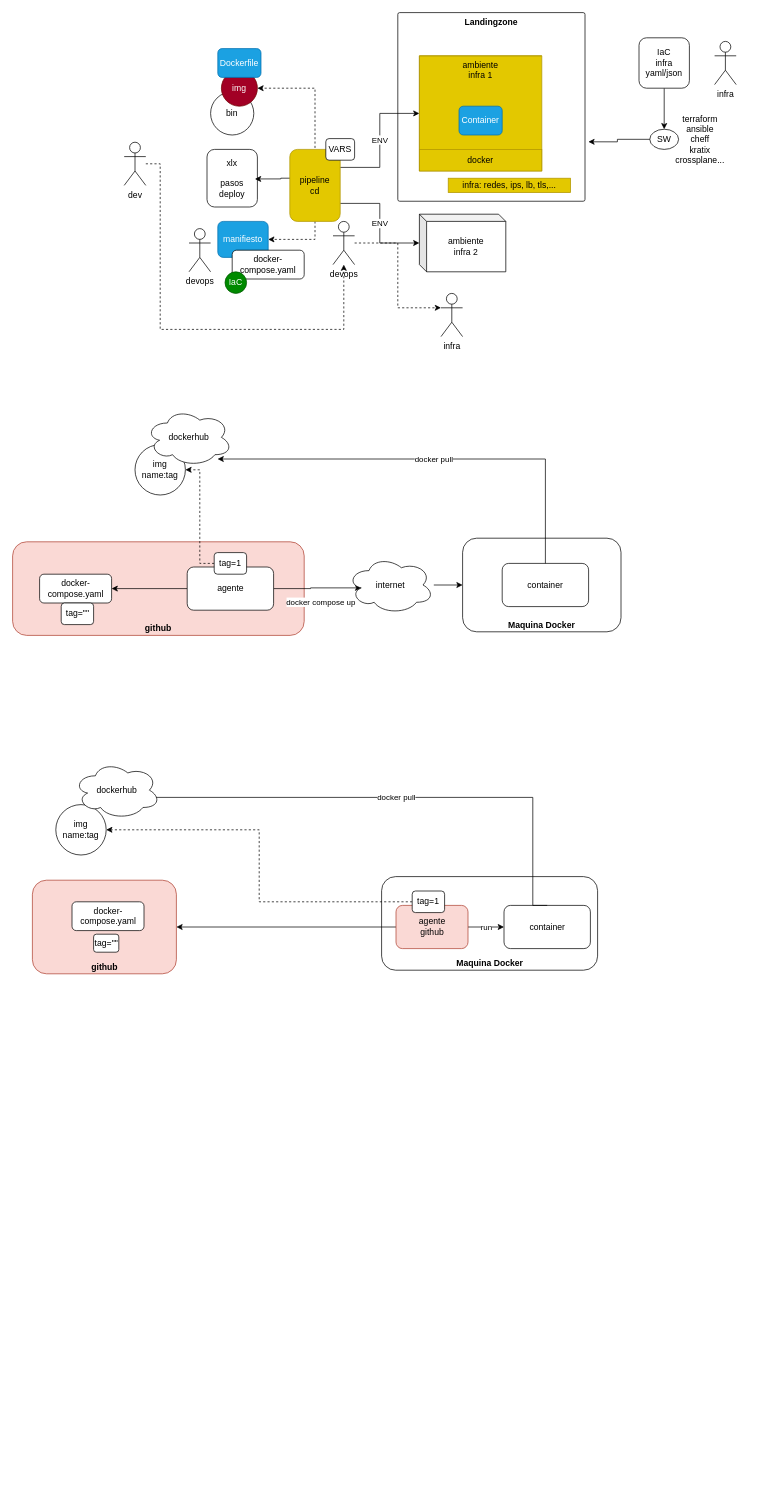
Above: page "Page-22" (22 of 22) of doc/agosto.drawio in gmacastil/ms-agosto-01 (draw.io), before the change. Source tidied: cells renumbered, new cells numbered last; positions are measured from the earlier drawing's top-left corner, leaving out a move shared by most shapes. Both pictures are drawn from the tidied source at 72%, with x=0, y=0 at pixel (12, 12).
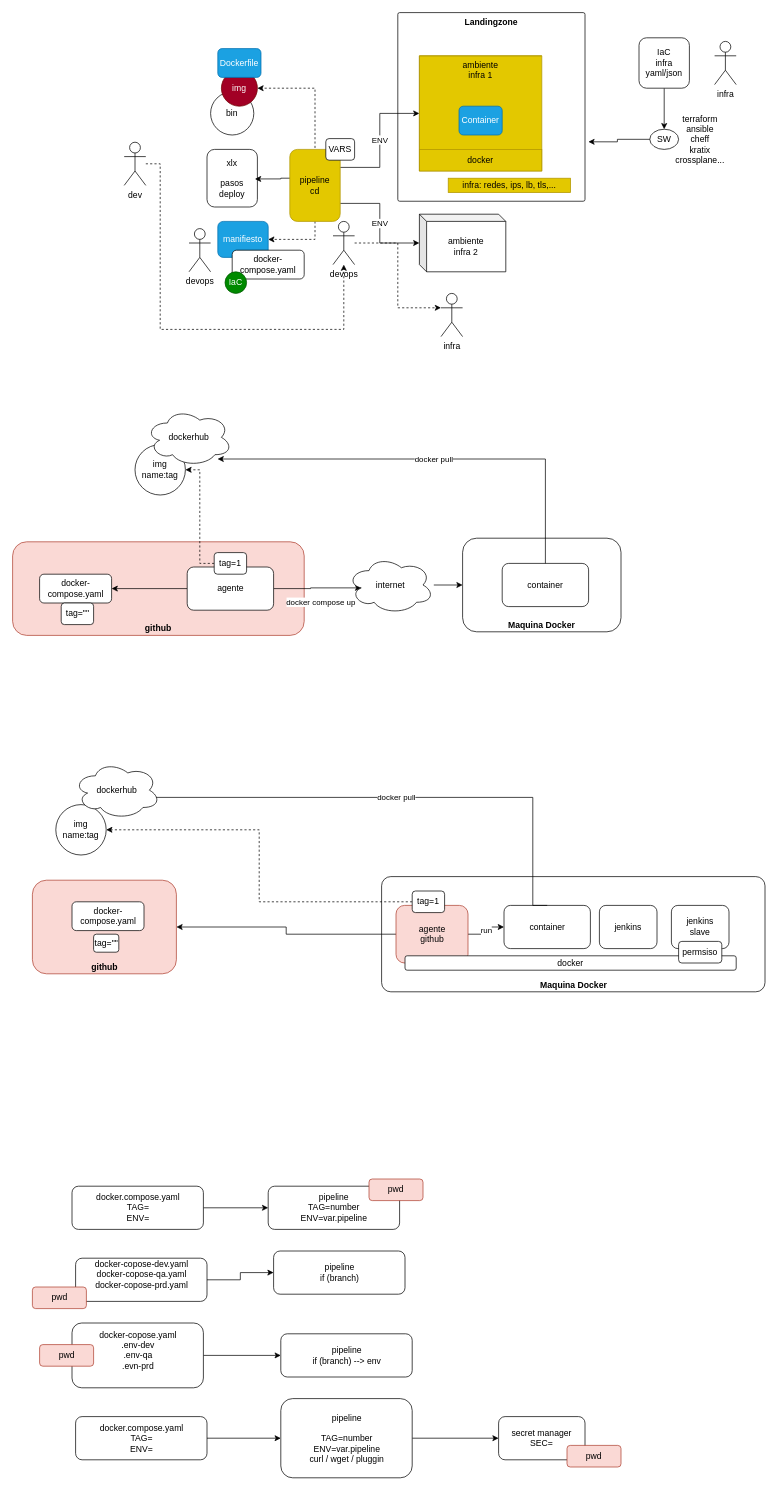
Above is the later version.

The edit, as a diff of the source:
```diff
@@
-    <mxCell id="51" value="Maquina Docker" style="rounded=1;whiteSpace=wrap;html=1;verticalAlign=bottom;fontStyle=1;" parent="1" vertex="1">
-      <mxGeometry x="512.5" y="1200" width="300" height="130" as="geometry" />
+    <mxCell id="51" value="Maquina Docker" style="rounded=1;whiteSpace=wrap;html=1;verticalAlign=bottom;fontStyle=1;arcSize=8;" parent="1" vertex="1">
+      <mxGeometry x="512.5" y="1200" width="532.5" height="160" as="geometry" />
     </mxCell>
@@
     <mxCell id="60" value="agente&lt;div&gt;github&lt;/div&gt;" style="rounded=1;whiteSpace=wrap;html=1;fillColor=#fad9d5;strokeColor=#ae4132;" parent="1" vertex="1">
-      <mxGeometry x="532.5" y="1240" width="100" height="60" as="geometry" />
+      <mxGeometry x="532.5" y="1240" width="100" height="80" as="geometry" />
     </mxCell>
@@
+    <mxCell id="63" style="edgeStyle=orthogonalEdgeStyle;rounded=0;jettySize=auto;html=1;" parent="1" edge="1" source="64" target="65">
+      <mxGeometry relative="1" as="geometry" />
+    </mxCell>
+    <mxCell id="64" value="docker.compose.yaml&lt;div&gt;TAG=&lt;/div&gt;&lt;div&gt;ENV=&lt;/div&gt;" style="rounded=1;whiteSpace=wrap;html=1;" parent="1" vertex="1">
+      <mxGeometry x="82.5" y="1630" width="182.5" height="60" as="geometry" />
+    </mxCell>
+    <mxCell id="65" value="pipeline&lt;div&gt;TAG=number&lt;/div&gt;&lt;div&gt;ENV=var.pipeline&lt;/div&gt;" style="rounded=1;whiteSpace=wrap;html=1;" parent="1" vertex="1">
+      <mxGeometry x="355" y="1630" width="182.5" height="60" as="geometry" />
+    </mxCell>
+    <mxCell id="66" value="pipeline&lt;div&gt;if (branch)&lt;/div&gt;" style="rounded=1;whiteSpace=wrap;html=1;" parent="1" vertex="1">
+      <mxGeometry x="362.5" y="1720" width="182.5" height="60" as="geometry" />
+    </mxCell>
+    <mxCell id="67" style="edgeStyle=orthogonalEdgeStyle;rounded=0;jettySize=auto;html=1;entryX=0;entryY=0.5;entryDx=0;entryDy=0;" parent="1" edge="1" source="68" target="66">
+      <mxGeometry relative="1" as="geometry" />
+    </mxCell>
+    <mxCell id="68" value="docker-copose-dev.yaml&lt;div&gt;docker-copose-qa.yaml&lt;/div&gt;&lt;div&gt;docker-copose-prd.yaml&lt;br&gt;&lt;div&gt;&lt;br&gt;&lt;/div&gt;&lt;/div&gt;" style="rounded=1;whiteSpace=wrap;html=1;" parent="1" vertex="1">
+      <mxGeometry x="87.5" y="1730" width="182.5" height="60" as="geometry" />
+    </mxCell>
+    <mxCell id="69" style="edgeStyle=orthogonalEdgeStyle;rounded=0;jettySize=auto;html=1;" parent="1" edge="1" source="70" target="71">
+      <mxGeometry relative="1" as="geometry" />
+    </mxCell>
+    <mxCell id="70" value="docker-copose.yaml&lt;div&gt;.env-dev&lt;/div&gt;&lt;div&gt;.env-qa&lt;/div&gt;&lt;div&gt;.evn-prd&lt;br&gt;&lt;div&gt;&lt;div&gt;&lt;br&gt;&lt;/div&gt;&lt;/div&gt;&lt;/div&gt;" style="rounded=1;whiteSpace=wrap;html=1;" parent="1" vertex="1">
+      <mxGeometry x="82.5" y="1820" width="182.5" height="90" as="geometry" />
+    </mxCell>
+    <mxCell id="71" value="pipeline&lt;div&gt;if (branch) --&amp;gt; env&lt;/div&gt;" style="rounded=1;whiteSpace=wrap;html=1;" parent="1" vertex="1">
+      <mxGeometry x="372.5" y="1835" width="182.5" height="60" as="geometry" />
+    </mxCell>
+    <mxCell id="72" value="pwd" style="rounded=1;whiteSpace=wrap;html=1;fillColor=#fad9d5;strokeColor=#ae4132;" parent="1" vertex="1">
+      <mxGeometry x="27.5" y="1770" width="75" height="30" as="geometry" />
+    </mxCell>
+    <mxCell id="73" value="pwd" style="rounded=1;whiteSpace=wrap;html=1;fillColor=#fad9d5;strokeColor=#ae4132;" parent="1" vertex="1">
+      <mxGeometry x="495" y="1620" width="75" height="30" as="geometry" />
+    </mxCell>
+    <mxCell id="74" value="pwd" style="rounded=1;whiteSpace=wrap;html=1;fillColor=#fad9d5;strokeColor=#ae4132;" parent="1" vertex="1">
+      <mxGeometry x="37.5" y="1850" width="75" height="30" as="geometry" />
+    </mxCell>
+    <mxCell id="75" style="edgeStyle=orthogonalEdgeStyle;rounded=0;jettySize=auto;html=1;" parent="1" edge="1" source="76" target="78">
+      <mxGeometry relative="1" as="geometry" />
+    </mxCell>
+    <mxCell id="76" value="docker.compose.yaml&lt;div&gt;TAG=&lt;/div&gt;&lt;div&gt;ENV=&lt;/div&gt;" style="rounded=1;whiteSpace=wrap;html=1;" parent="1" vertex="1">
+      <mxGeometry x="87.5" y="1950" width="182.5" height="60" as="geometry" />
+    </mxCell>
+    <mxCell id="77" style="edgeStyle=orthogonalEdgeStyle;rounded=0;jettySize=auto;html=1;entryX=0;entryY=0.5;entryDx=0;entryDy=0;" parent="1" edge="1" source="78" target="79">
+      <mxGeometry relative="1" as="geometry" />
+    </mxCell>
+    <mxCell id="78" value="pipeline&lt;div&gt;&lt;br&gt;&lt;div&gt;TAG=number&lt;/div&gt;&lt;div&gt;ENV=var.pipeline&lt;/div&gt;&lt;/div&gt;&lt;div&gt;curl / wget / pluggin&lt;/div&gt;" style="rounded=1;whiteSpace=wrap;html=1;" parent="1" vertex="1">
+      <mxGeometry x="372.5" y="1925" width="182.5" height="110" as="geometry" />
+    </mxCell>
+    <mxCell id="79" value="secret manager&lt;div&gt;SEC=&lt;/div&gt;" style="rounded=1;whiteSpace=wrap;html=1;" parent="1" vertex="1">
+      <mxGeometry x="675" y="1950" width="120" height="60" as="geometry" />
+    </mxCell>
+    <mxCell id="80" value="pwd" style="rounded=1;whiteSpace=wrap;html=1;fillColor=#fad9d5;strokeColor=#ae4132;" parent="1" vertex="1">
+      <mxGeometry x="770" y="1990" width="75" height="30" as="geometry" />
+    </mxCell>
+    <mxCell id="81" value="docker" style="rounded=1;whiteSpace=wrap;html=1;" parent="1" vertex="1">
+      <mxGeometry x="545" y="1310" width="460" height="20" as="geometry" />
+    </mxCell>
+    <mxCell id="82" value="jenkins" style="rounded=1;whiteSpace=wrap;html=1;" parent="1" vertex="1">
+      <mxGeometry x="815" y="1240" width="80" height="60" as="geometry" />
+    </mxCell>
+    <mxCell id="83" value="jenkins&lt;div&gt;slave&lt;/div&gt;" style="rounded=1;whiteSpace=wrap;html=1;" parent="1" vertex="1">
+      <mxGeometry x="915" y="1240" width="80" height="60" as="geometry" />
+    </mxCell>
+    <mxCell id="84" value="permsiso" style="rounded=1;whiteSpace=wrap;html=1;" parent="1" vertex="1">
+      <mxGeometry x="925" y="1290" width="60" height="30" as="geometry" />
+    </mxCell>
```
